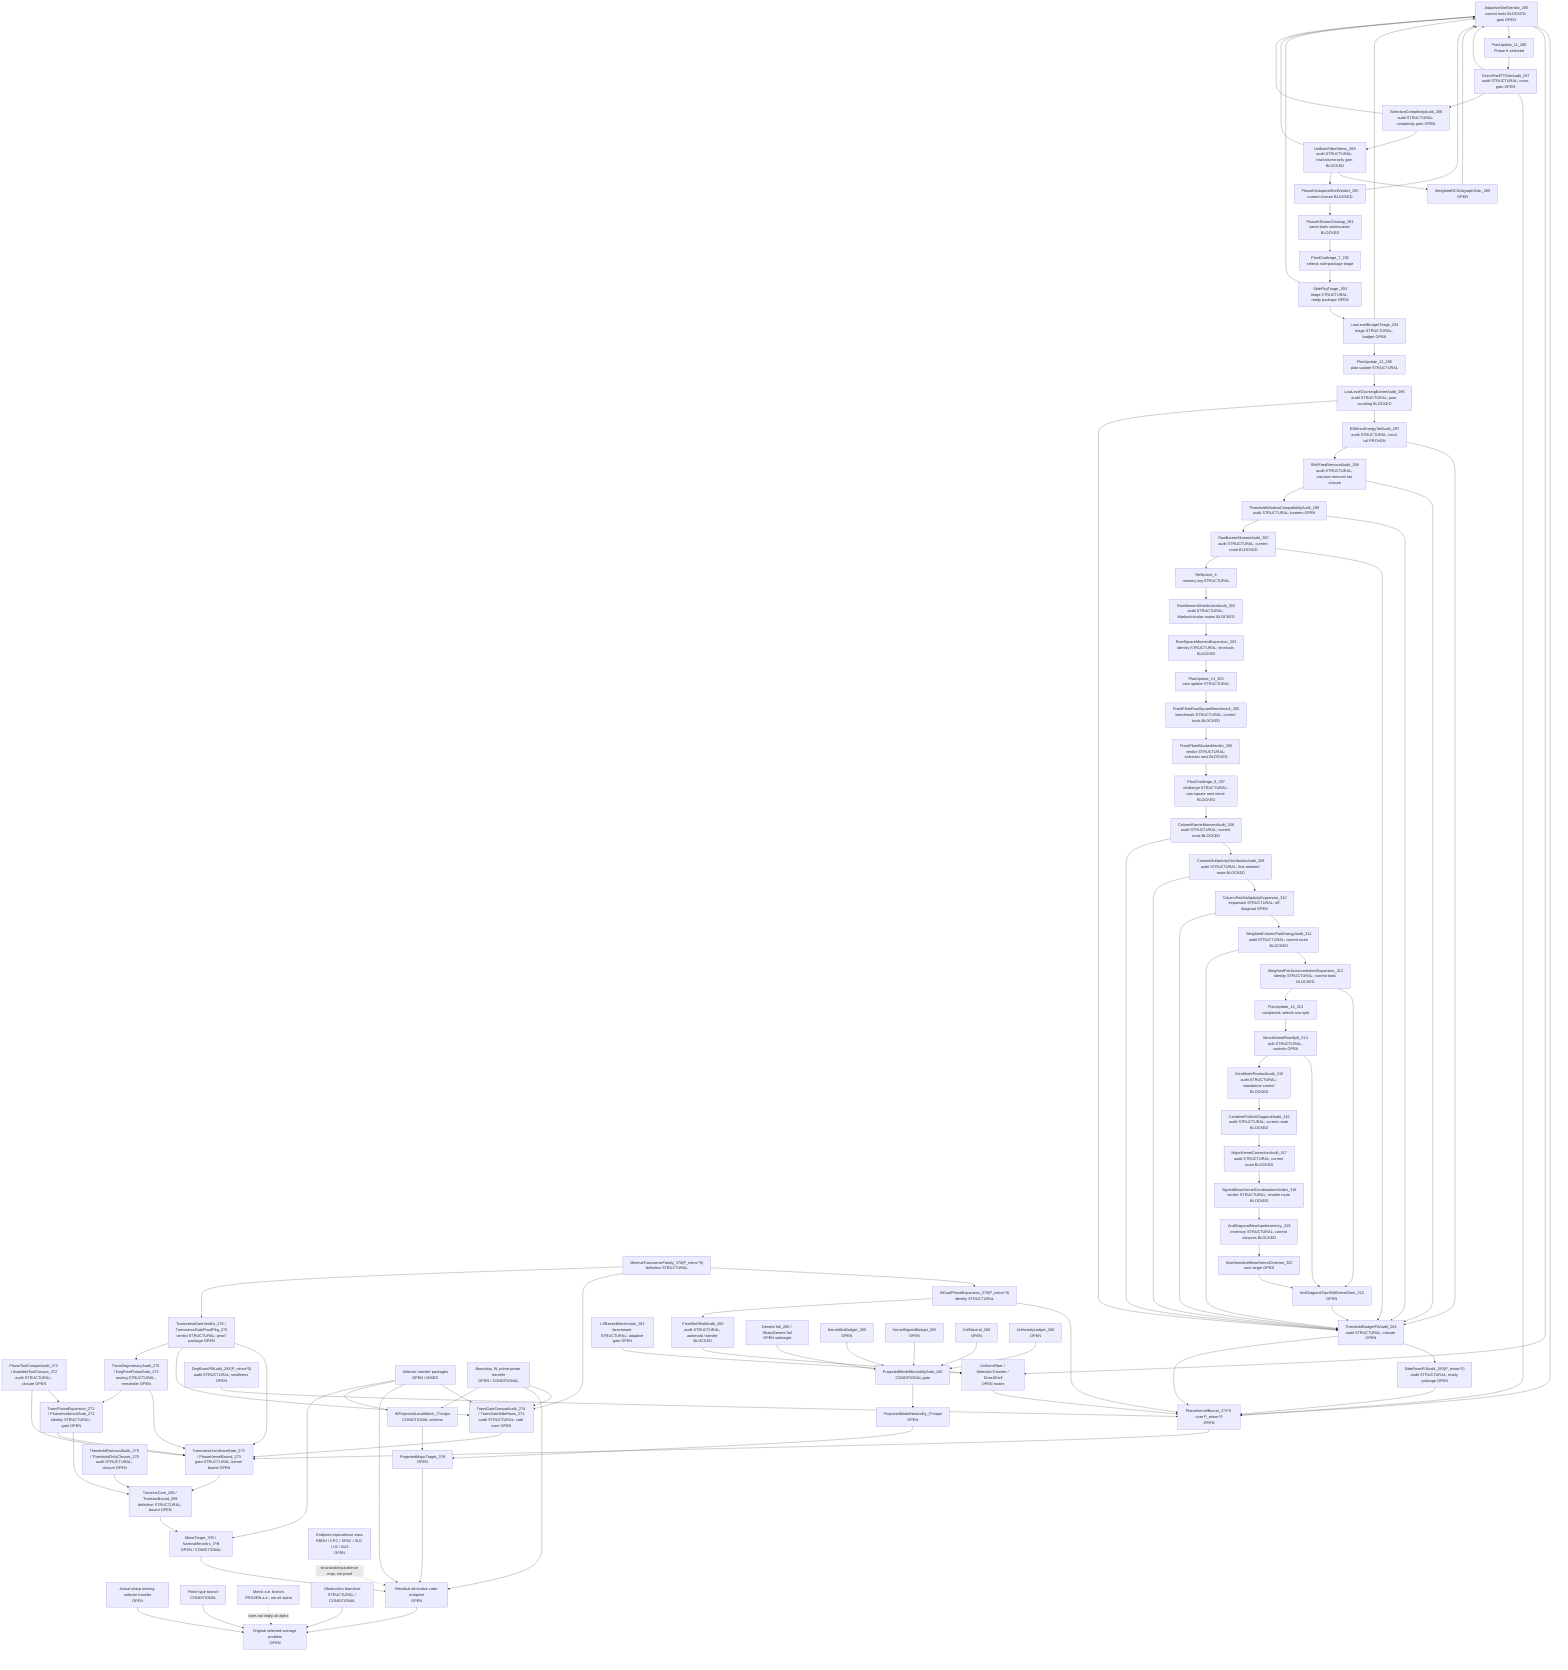
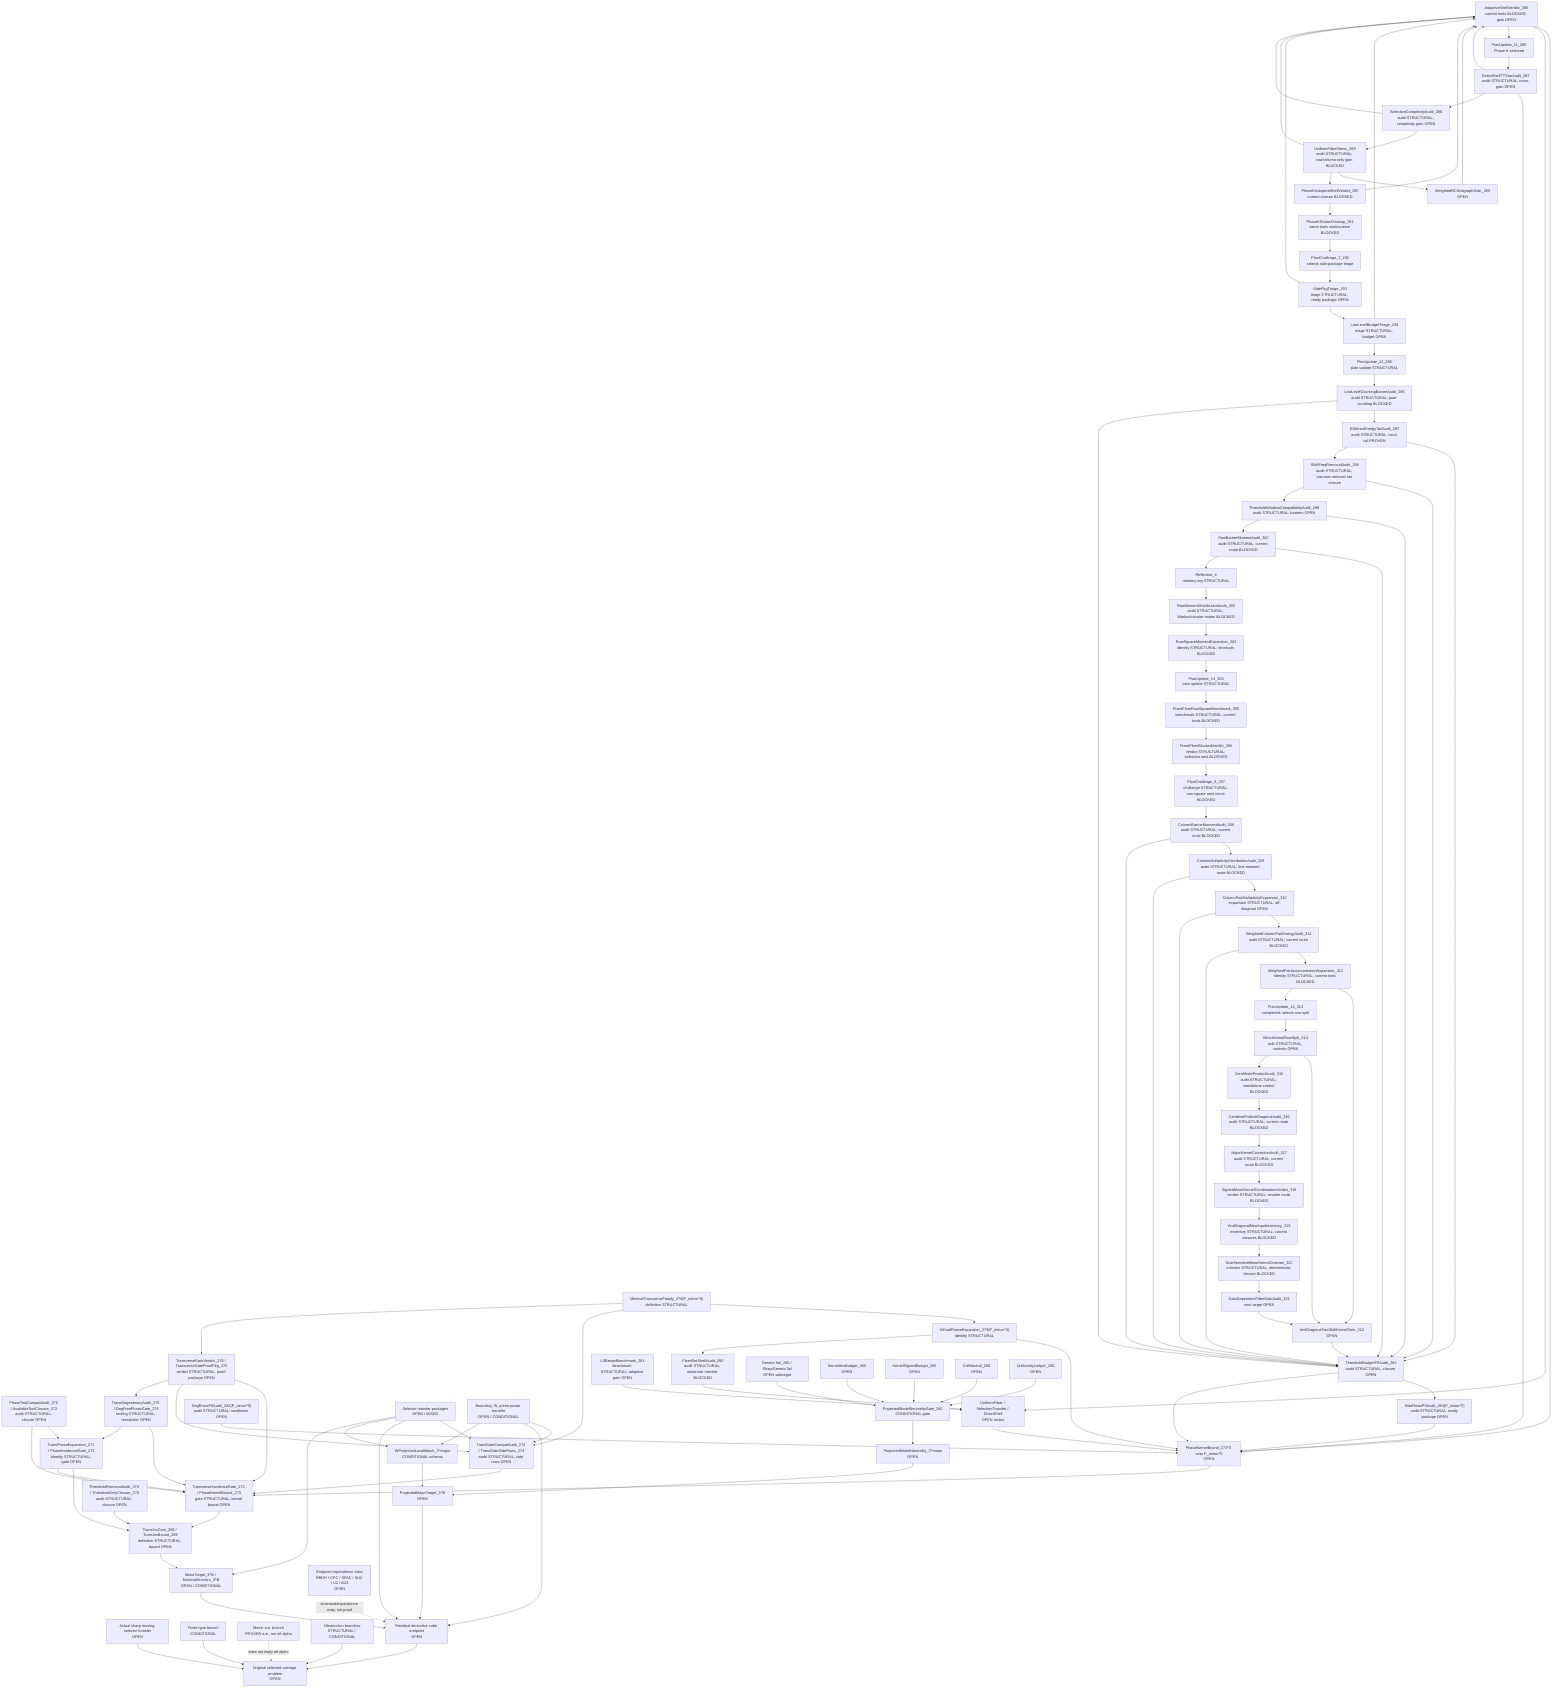
flowchart TD
  Original["Original selected-average problem<br/>OPEN"]
  SharpSel["Actual sharp moving selector transfer<br/>OPEN"]
  FiniteType["Finite-type branch<br/>CONDITIONAL"]
  Metric["Metric a.e. branch<br/>PROVEN a.e.; not all-alpha"]
  Obstruction["Obstruction branches<br/>STRUCTURAL / CONDITIONAL"]

  ResCube["Residual derivative cube endpoint<br/>OPEN"]
  MajorTarget["ProjectedMajorTarget_3^B<br/>OPEN"]
  MinorTarget["MinorTarget_3^B / NarrowMinorArc_3^B<br/>OPEN / CONDITIONAL"]
  TransInc["TransIncCore_269 / TransIncBound_269<br/>definition STRUCTURAL; bound OPEN"]
  ThresholdAudit["ThresholdRemovalAudit_270 / ThresholdOnlyClosure_270<br/>audit STRUCTURAL; closure OPEN"]
  PhaseExpansion["TransPhaseExpansion_271 / PhaseIncidenceGate_271<br/>identity STRUCTURAL; gate OPEN"]
  ToolCompat["PhaseToolCompatAudit_272 / AvailableToolClosure_272<br/>audit STRUCTURAL; closure OPEN"]
  TransGate["TransverseIncidenceGate_273 / PhaseKernelBound_273<br/>gate STRUCTURAL; kernel bound OPEN"]
  TransGateCompat["TransGateCompatAudit_274 / TransGateSideRows_274<br/>audit STRUCTURAL; side rows OPEN"]
  DegAudit["TransDegeneracyAudit_275 / DegFreePhaseGate_275<br/>routing STRUCTURAL; remainder OPEN"]
  TransVerdict["TransverseGateVerdict_276 / TransverseGateProofPkg_276<br/>verdict STRUCTURAL; proof package OPEN"]
  MinTransFamily["MinimalTransverseFamily_278(P_minor^0)<br/>definition STRUCTURAL"]
  XiExpansion["XiDualPhaseExpansion_279(P_minor^0)<br/>identity STRUCTURAL"]
  FixedShellAudit["FixedSetShellAudit_280<br/>audit STRUCTURAL; automatic transfer BLOCKED"]
  FixedShellTransfer["UniformFiber / SelectionTransfer / DirectShell<br/>OPEN routes"]
  LSBesselBench["LSBesselBenchmark_281<br/>benchmark STRUCTURAL; adaptive gain OPEN"]
  DegRowsP0["DegRowsP0Audit_282(P_minor^0)<br/>audit STRUCTURAL; smallness OPEN"]
  SideRowsP0["SideRowsP0Audit_283(P_minor^0)<br/>audit STRUCTURAL; ready package OPEN"]
  ThresholdP0["ThresholdBudgetP0Audit_284<br/>audit STRUCTURAL; closure OPEN"]
  AdaptiveShellP0["AdaptiveShellVerdict_285<br/>current tools BLOCKED; gain OPEN"]
  PlanUpdate11["PlanUpdate_11_286<br/>Phase K selected"]
  DirectTTStar["DirectShellTTStarAudit_287<br/>audit STRUCTURAL; cross gain OPEN"]
  SelectionComplexity["SelectionComplexityAudit_288<br/>audit STRUCTURAL; complexity gain OPEN"]
  UniformFiberStress["UniformFiberStress_289<br/>audit STRUCTURAL; row/column-only gain BLOCKED"]
  WeightedRCSubgraph["WeightedRCSubgraphGain_289<br/>OPEN"]
  AdaptiveVerdict290["PhaseKAdaptiveShellVerdict_290<br/>current closure BLOCKED"]
  PhaseKCleanup291["PhaseKStatusCleanup_291<br/>same-tools continuation BLOCKED"]
  PlanChallenge7["PlanChallenge_7_292<br/>selects side-package triage"]
  SidePkgTriage293["SidePkgTriage_293<br/>triage STRUCTURAL; ready package OPEN"]
  LowLevelTriage294["LowLevelBudgetTriage_294<br/>triage STRUCTURAL; budget OPEN"]
  PlanUpdate12["PlanUpdate_12_295<br/>plan update STRUCTURAL"]
  LowLevelBarrier296["LowLevelCountingBarrierAudit_296<br/>audit STRUCTURAL; pure counting BLOCKED"]
  E2Tail297["E2MinorEnergyTailAudit_297<br/>audit STRUCTURAL; local tail PROVEN"]
  ShiftFreq298["ShiftFreqRemovalAudit_298<br/>audit STRUCTURAL; vacuous removal not closure"]
  ThresholdWindow299["ThresholdWindowCompatibilityAudit_299<br/>audit STRUCTURAL; barriers OPEN"]
  RowBarrier300["RowBarrierMomentAudit_300<br/>audit STRUCTURAL; current route BLOCKED"]
  Reflective4["Reflective_4<br/>memory log STRUCTURAL"]
  RowMoment302["RowMomentDistributionAudit_302<br/>audit STRUCTURAL; Markov/circular routes BLOCKED"]
  RowSquare303["RowSquareMomentExpansion_303<br/>identity STRUCTURAL; shortcuts BLOCKED"]
  PlanUpdate13["PlanUpdate_13_304<br/>plan update STRUCTURAL"]
  FixedFiber305["FixedFiberRowSquareBenchmark_305<br/>benchmark STRUCTURAL; current tools BLOCKED"]
  FixedFiber306["FixedFiberBlockedVerdict_306<br/>verdict STRUCTURAL; selection next BLOCKED"]
  PlanChallenge8["PlanChallenge_8_307<br/>challenge STRUCTURAL; row-square next move BLOCKED"]
  ColumnBarrier308["ColumnBarrierMomentAudit_308<br/>audit STRUCTURAL; current route BLOCKED"]
  ColumnDist309["ColumnMultiplicityDistributionAudit_309<br/>audit STRUCTURAL; first-moment route BLOCKED"]
  ColumnPair310["ColumnPairMultiplicityExpansion_310<br/>expansion STRUCTURAL; off-diagonal OPEN"]
  WPair311["WeightedColumnPairEnergyAudit_311<br/>audit STRUCTURAL; current route BLOCKED"]
  AutoCorr312["WeightedPairAutocorrelationExpansion_312<br/>identity STRUCTURAL; current tools BLOCKED"]
  AntiDiag312["AntiDiagonalTwoShiftKernelGain_312<br/>OPEN"]
  PlanUpdate14["PlanUpdate_14_313<br/>completed; selects row split"]
  MinorKernel314["MinorKernelRowSplit_314<br/>split STRUCTURAL; controls OPEN"]
  ZeroAudit315["ZeroModeProductAudit_315<br/>audit STRUCTURAL; standalone control BLOCKED"]
  CenteredFull316["CenteredFullAntiDiagonalAudit_316<br/>audit STRUCTURAL; current route BLOCKED"]
  MajorCorr317["MajorKernelCorrectionAudit_317<br/>audit STRUCTURAL; current route BLOCKED"]
  SignedVerdict318["SignedMinorKernelCombinationVerdict_318<br/>verdict STRUCTURAL; smaller route BLOCKED"]
  NewInput319["AntiDiagonalNewInputInventory_319<br/>inventory STRUCTURAL; current closures BLOCKED"]
-   SizeSensitive320["SizeSensitiveMinorKernelCriterion_320<br/>next target OPEN"]
+   SizeSensitive320["SizeSensitiveMinorKernelCriterion_320<br/>criterion STRUCTURAL; deterministic closure BLOCKED"]
+   FiberGain321["DataDependentFiberGainAudit_321<br/>next target OPEN"]
  PhaseKernel0["PhaseKernelBound_273^0 over P_minor^0<br/>OPEN"]
  SelectorTransfer["Selector transfer packages<br/>OPEN / MIXED"]
  BoundaryTransfer["Boundary, W, prime-power transfer<br/>OPEN / CONDITIONAL"]

  WLocal["WProjectedLocalMatch_3^major<br/>CONDITIONAL schema"]
  ModelNeutral["ProjectedModelNeutrality_3^major<br/>OPEN"]
  PMNGate["ProjectedModelNeutralityGate_260<br/>CONDITIONAL gate"]
  GenericTail["GenericTail_260 / SharpGenericTail<br/>OPEN subtarget"]
  KernelAbs["KernelAbsBudget_265<br/>OPEN"]
  KernelSigned["KernelSignedBudget_265<br/>OPEN"]
  CollNeutral["CollNeutral_260<br/>OPEN"]
  Uniformity["UniformityLedger_266<br/>OPEN"]

  EndpointClass["Endpoint equivalence class<br/>RBDH / CPC / SPAC / SU2 / U2 / AU3<br/>OPEN"]

  SharpSel --> Original
  FiniteType --> Original
  Obstruction --> Original
  ResCube --> Original
  Metric -. "does not imply all-alpha" .-> Original

  MajorTarget --> ResCube
  MinorTarget --> ResCube
  TransInc --> MinorTarget
  ThresholdAudit --> TransInc
  PhaseExpansion --> TransInc
  ToolCompat --> PhaseExpansion
  TransGate --> TransInc
  PhaseExpansion --> TransGate
  ToolCompat --> TransGate
  TransGateCompat --> TransGate
  SelectorTransfer --> TransGateCompat
  BoundaryTransfer --> TransGateCompat
  DegAudit --> TransGate
  DegAudit --> PhaseExpansion
  TransVerdict --> TransGate
  TransVerdict --> TransGateCompat
  TransVerdict --> DegAudit
  PhaseKernel0 --> TransGate
  MinTransFamily --> XiExpansion
  XiExpansion --> PhaseKernel0
  XiExpansion --> FixedShellAudit
  FixedShellAudit --> FixedShellTransfer
  FixedShellTransfer --> PhaseKernel0
  LSBesselBench --> FixedShellTransfer
  DegRowsP0 --> PhaseKernel0
  SideRowsP0 --> PhaseKernel0
  ThresholdP0 --> SideRowsP0
  ThresholdP0 --> PhaseKernel0
  AdaptiveShellP0 --> PhaseKernel0
  AdaptiveShellP0 --> FixedShellTransfer
  AdaptiveShellP0 --> PlanUpdate11
  PlanUpdate11 --> DirectTTStar
  DirectTTStar --> AdaptiveShellP0
  DirectTTStar --> PhaseKernel0
  DirectTTStar --> SelectionComplexity
  SelectionComplexity --> UniformFiberStress
  SelectionComplexity --> AdaptiveShellP0
  UniformFiberStress --> WeightedRCSubgraph
  WeightedRCSubgraph --> AdaptiveShellP0
  UniformFiberStress --> AdaptiveVerdict290
  UniformFiberStress --> AdaptiveShellP0
  AdaptiveVerdict290 --> AdaptiveShellP0
  AdaptiveVerdict290 --> PhaseKCleanup291
  PhaseKCleanup291 --> PlanChallenge7
  PlanChallenge7 --> SidePkgTriage293
  SidePkgTriage293 --> LowLevelTriage294
  SidePkgTriage293 --> AdaptiveShellP0
  LowLevelTriage294 --> AdaptiveShellP0
  LowLevelTriage294 --> PlanUpdate12
  PlanUpdate12 --> LowLevelBarrier296
  LowLevelBarrier296 --> E2Tail297
  LowLevelBarrier296 --> ThresholdP0
  E2Tail297 --> ThresholdP0
  E2Tail297 --> ShiftFreq298
  ShiftFreq298 --> ThresholdP0
  ShiftFreq298 --> ThresholdWindow299
  ThresholdWindow299 --> ThresholdP0
  ThresholdWindow299 --> RowBarrier300
  RowBarrier300 --> ThresholdP0
  RowBarrier300 --> Reflective4
  Reflective4 --> RowMoment302
  RowMoment302 --> RowSquare303
  RowSquare303 --> PlanUpdate13
  PlanUpdate13 --> FixedFiber305
  FixedFiber305 --> FixedFiber306
  FixedFiber306 --> PlanChallenge8
  PlanChallenge8 --> ColumnBarrier308
  ColumnBarrier308 --> ColumnDist309
  ColumnDist309 --> ColumnPair310
  ColumnPair310 --> WPair311
  WPair311 --> AutoCorr312
  AutoCorr312 --> AntiDiag312
  AntiDiag312 --> ThresholdP0
  AutoCorr312 --> PlanUpdate14
  PlanUpdate14 --> MinorKernel314
  MinorKernel314 --> AntiDiag312
  MinorKernel314 --> ZeroAudit315
  ZeroAudit315 --> CenteredFull316
  CenteredFull316 --> MajorCorr317
  MajorCorr317 --> SignedVerdict318
  SignedVerdict318 --> NewInput319
  NewInput319 --> SizeSensitive320
-   SizeSensitive320 --> AntiDiag312
+   SizeSensitive320 --> FiberGain321
+   FiberGain321 --> AntiDiag312
  WPair311 --> ThresholdP0
  ColumnPair310 --> ThresholdP0
  ColumnDist309 --> ThresholdP0
  ColumnBarrier308 --> ThresholdP0
  MinTransFamily --> TransGateCompat
  MinTransFamily --> TransVerdict
  SelectorTransfer --> ResCube
  BoundaryTransfer --> ResCube
  EndpointClass -. "structural/equivalence map, not proof" .-> ResCube

  WLocal --> MajorTarget
  ModelNeutral --> MajorTarget

  PMNGate --> ModelNeutral
  GenericTail --> PMNGate
  KernelAbs --> PMNGate
  KernelSigned --> PMNGate
  CollNeutral --> PMNGate
  Uniformity --> PMNGate

  BoundaryTransfer --> WLocal
  SelectorTransfer --> WLocal
  SelectorTransfer --> MinorTarget
